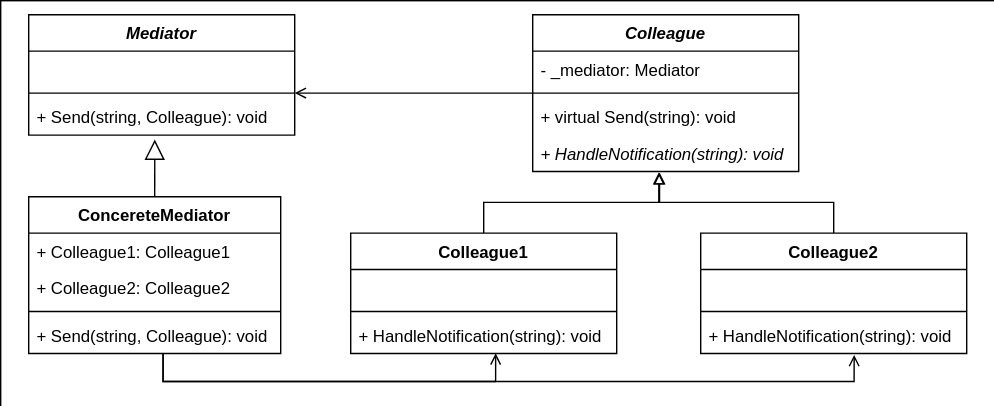
Earlier version of the draw.io export DesignPatternsInCSharp/Behavioral/Mediator/Mediator.svg (adamradocz/DesignPatternsInCSharp). Source tidied: cells renumbered, new cells last; positions are measured from the earlier drawing's top-left corner, leaving out a move shared by most shapes.
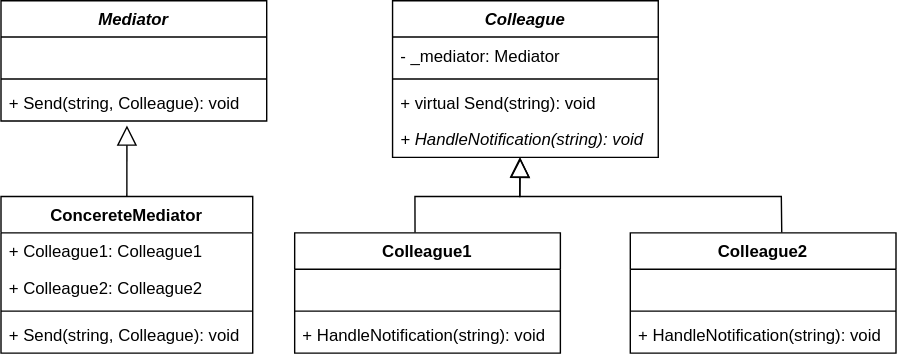
Above is the later version.

Diff of the diagram source:
```diff
@@ -2,14 +2,8 @@
   <root>
     <mxCell id="0" />
     <mxCell id="1" parent="0" />
-    <mxCell id="2" style="rounded=0;whiteSpace=wrap;html=1;fillColor=default;gradientColor=#ffffff;strokeWidth=0;" parent="1" vertex="1">
-      <mxGeometry width="710" height="290" as="geometry" />
-    </mxCell>
-    <mxCell id="3" style="edgeStyle=orthogonalEdgeStyle;rounded=0;jettySize=auto;html=1;entryX=1;entryY=0.5;entryDx=0;entryDy=0;entryPerimeter=0;endArrow=open;endFill=0;" parent="1" edge="1" source="4" target="28">
-      <mxGeometry relative="1" as="geometry" />
-    </mxCell>
     <mxCell id="4" value="Colleague" style="swimlane;fontStyle=3;align=center;verticalAlign=top;horizontal=1;startSize=26;" parent="1" vertex="1">
-      <mxGeometry x="380" y="10" width="190" height="112" as="geometry" />
+      <mxGeometry x="270" width="190" height="112" as="geometry" />
     </mxCell>
     <mxCell id="5" value="- _mediator: Mediator" style="text;strokeColor=none;fillColor=none;align=left;verticalAlign=top;spacingLeft=4;spacingRight=4;overflow=hidden;" parent="4" vertex="1">
       <mxGeometry y="26" width="190" height="26" as="geometry" />
@@ -23,11 +17,8 @@
     <mxCell id="8" value="+ HandleNotification(string): void" style="text;strokeColor=none;fillColor=none;align=left;verticalAlign=top;spacingLeft=4;spacingRight=4;overflow=hidden;points=[[0,0.5],[1,0.5]];portConstraint=eastwest;fontStyle=2;" parent="4" vertex="1">
       <mxGeometry y="86" width="190" height="26" as="geometry" />
     </mxCell>
-    <mxCell id="9" style="edgeStyle=orthogonalEdgeStyle;rounded=0;jettySize=auto;html=1;entryX=0.477;entryY=1.027;entryDx=0;entryDy=0;entryPerimeter=0;endArrow=block;endFill=0;" parent="1" edge="1" source="10" target="8">
-      <mxGeometry relative="1" as="geometry" />
-    </mxCell>
     <mxCell id="10" value="Colleague1" style="swimlane;fontStyle=1;align=center;verticalAlign=top;horizontal=1;startSize=26;" parent="1" vertex="1">
-      <mxGeometry x="250" y="166" width="190" height="86" as="geometry" />
+      <mxGeometry x="200" y="166" width="190" height="86" as="geometry" />
     </mxCell>
     <mxCell id="11" value=" " style="text;strokeColor=none;fillColor=none;align=left;verticalAlign=top;spacingLeft=4;spacingRight=4;overflow=hidden;" parent="10" vertex="1">
       <mxGeometry y="26" width="190" height="26" as="geometry" />
@@ -38,11 +29,8 @@
     <mxCell id="13" value="+ HandleNotification(string): void" style="text;strokeColor=none;fillColor=none;align=left;verticalAlign=top;spacingLeft=4;spacingRight=4;overflow=hidden;" parent="10" vertex="1">
       <mxGeometry y="60" width="190" height="26" as="geometry" />
     </mxCell>
-    <mxCell id="14" style="edgeStyle=orthogonalEdgeStyle;rounded=0;jettySize=auto;html=1;entryX=0.474;entryY=1.027;entryDx=0;entryDy=0;entryPerimeter=0;endArrow=block;endFill=0;" parent="1" edge="1" source="15" target="8">
-      <mxGeometry relative="1" as="geometry" />
-    </mxCell>
     <mxCell id="15" value="Colleague2" style="swimlane;fontStyle=1;align=center;verticalAlign=top;horizontal=1;startSize=26;" parent="1" vertex="1">
-      <mxGeometry x="500" y="166" width="190" height="86" as="geometry" />
+      <mxGeometry x="440" y="166" width="190" height="86" as="geometry" />
     </mxCell>
     <mxCell id="16" value=" " style="text;strokeColor=none;fillColor=none;align=left;verticalAlign=top;spacingLeft=4;spacingRight=4;overflow=hidden;" parent="15" vertex="1">
       <mxGeometry y="26" width="190" height="26" as="geometry" />
@@ -53,26 +41,8 @@
     <mxCell id="18" value="+ HandleNotification(string): void" style="text;strokeColor=none;fillColor=none;align=left;verticalAlign=top;spacingLeft=4;spacingRight=4;overflow=hidden;points=[[0,0.5],[1,0.5]];portConstraint=eastwest;" parent="15" vertex="1">
       <mxGeometry y="60" width="190" height="26" as="geometry" />
     </mxCell>
-    <mxCell id="19" style="edgeStyle=orthogonalEdgeStyle;rounded=0;orthogonalLoop=1;jettySize=auto;html=1;entryX=0.566;entryY=0.995;entryDx=0;entryDy=0;entryPerimeter=0;endArrow=open;endFill=0;" parent="1" edge="1">
-      <mxGeometry relative="1" as="geometry">
-        <mxPoint x="116" y="252" as="sourcePoint" />
-        <mxPoint x="353.5" y="251.9" as="targetPoint" />
-        <Array as="points">
-          <mxPoint x="116" y="272" />
-          <mxPoint x="354" y="272" />
-        </Array>
-      </mxGeometry>
-    </mxCell>
-    <mxCell id="20" style="edgeStyle=orthogonalEdgeStyle;rounded=0;jettySize=auto;html=1;entryX=0.577;entryY=1.038;entryDx=0;entryDy=0;entryPerimeter=0;endArrow=open;endFill=0;exitX=0.533;exitY=0.995;exitDx=0;exitDy=0;exitPerimeter=0;" parent="1" edge="1" source="25" target="18">
-      <mxGeometry relative="1" as="geometry">
-        <Array as="points">
-          <mxPoint x="116" y="272" />
-          <mxPoint x="610" y="272" />
-        </Array>
-      </mxGeometry>
-    </mxCell>
     <mxCell id="21" value="ConcereteMediator" style="swimlane;fontStyle=1;align=center;verticalAlign=top;horizontal=1;startSize=26;" parent="1" vertex="1">
-      <mxGeometry x="20" y="140" width="180" height="112" as="geometry" />
+      <mxGeometry x="-10" y="140" width="180" height="112" as="geometry" />
     </mxCell>
     <mxCell id="22" value="+ Colleague1: Colleague1" style="text;strokeColor=none;fillColor=none;align=left;verticalAlign=top;spacingLeft=4;spacingRight=4;overflow=hidden;" parent="21" vertex="1">
       <mxGeometry y="26" width="180" height="26" as="geometry" />
@@ -87,7 +57,7 @@
       <mxGeometry y="86" width="180" height="26" as="geometry" />
     </mxCell>
     <mxCell id="26" value="Mediator" style="swimlane;fontStyle=3;align=center;verticalAlign=top;horizontal=1;startSize=26;" parent="1" vertex="1">
-      <mxGeometry x="20" y="10" width="190" height="86" as="geometry" />
+      <mxGeometry x="-10" width="190" height="86" as="geometry" />
     </mxCell>
     <mxCell id="27" value=" " style="text;strokeColor=none;fillColor=none;align=left;verticalAlign=top;spacingLeft=4;spacingRight=4;overflow=hidden;" parent="26" vertex="1">
       <mxGeometry y="26" width="190" height="26" as="geometry" />
@@ -101,5 +71,23 @@
     <mxCell id="30" style="endArrow=block;endFill=0;endSize=12;html=1;rounded=0;entryX=0.474;entryY=1.122;entryDx=0;entryDy=0;entryPerimeter=0;exitX=0.5;exitY=0;exitDx=0;exitDy=0;" parent="1" edge="1" source="21" target="29">
       <mxGeometry relative="1" as="geometry" />
     </mxCell>
+    <mxCell id="31" style="endArrow=block;endFill=0;endSize=12;html=1;rounded=0;entryX=0.481;entryY=1.05;entryDx=0;entryDy=0;entryPerimeter=0;exitX=0.453;exitY=-0.002;exitDx=0;exitDy=0;exitPerimeter=0;" parent="1" edge="1" source="10">
+      <mxGeometry relative="1" as="geometry">
+        <mxPoint x="361.4" y="112.3" as="targetPoint" />
+        <Array as="points">
+          <mxPoint x="286" y="140" />
+          <mxPoint x="361" y="140" />
+        </Array>
+      </mxGeometry>
+    </mxCell>
+    <mxCell id="32" style="endArrow=block;endFill=0;endSize=12;html=1;rounded=0;exitX=0.57;exitY=-0.003;exitDx=0;exitDy=0;exitPerimeter=0;" parent="1" edge="1" source="15">
+      <mxGeometry relative="1" as="geometry">
+        <mxPoint x="361" y="112" as="targetPoint" />
+        <Array as="points">
+          <mxPoint x="548" y="140" />
+          <mxPoint x="361" y="140" />
+        </Array>
+      </mxGeometry>
+    </mxCell>
   </root>
 </mxGraphModel>
```
